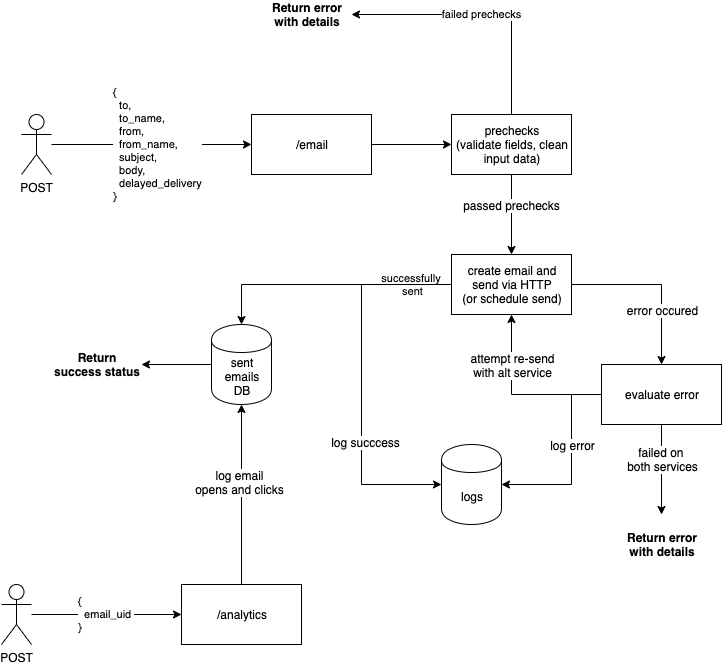
mrdavey/CommunicationsPlatformAPI keeps this draw.io diagram as flow.png. Above is the earlier version. Source tidied: cells renumbered, new cells last; positions are measured from the earlier drawing's top-left corner, leaving out a move shared by most shapes.
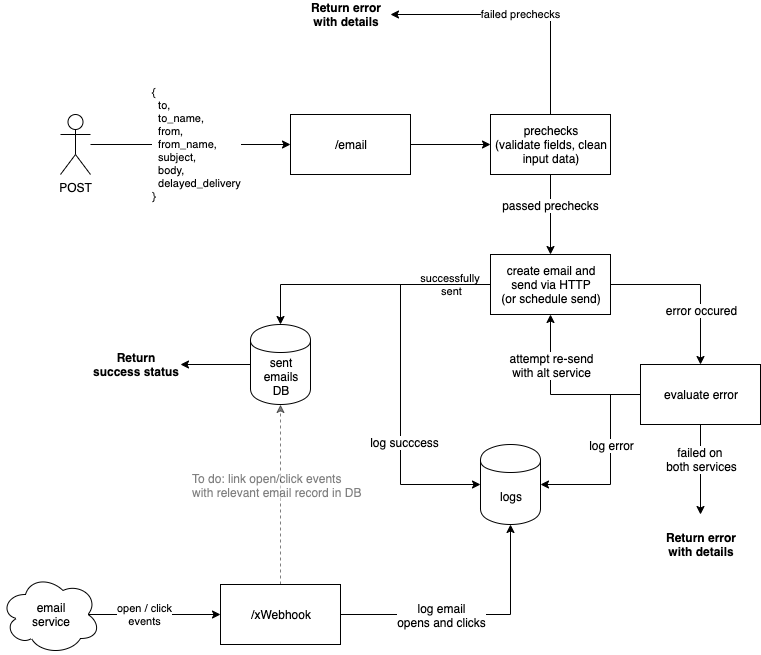
Above is the later version.

Diff of the diagram source:
```diff
@@ -104,25 +104,33 @@
     <mxCell id="27" value="sent emails&lt;br&gt;DB" style="shape=cylinder;whiteSpace=wrap;html=1;boundedLbl=1;backgroundOutline=1;" parent="1" vertex="1">
       <mxGeometry x="210" y="320" width="60" height="80" as="geometry" />
     </mxCell>
-    <mxCell id="28" value="POST" style="shape=umlActor;verticalLabelPosition=bottom;labelBackgroundColor=#ffffff;verticalAlign=top;html=1;" parent="1" vertex="1">
-      <mxGeometry y="580" width="30" height="60" as="geometry" />
-    </mxCell>
-    <mxCell id="29" value="{ &lt;br&gt;&amp;nbsp; email_uid&amp;nbsp;&lt;br&gt;}" style="endArrow=classic;html=1;entryX=0;entryY=0.5;entryDx=0;entryDy=0;align=left;" parent="1" edge="1" target="32">
-      <mxGeometry x="-0.4" relative="1" as="geometry">
-        <mxPoint x="30" y="610" as="sourcePoint" />
-      </mxGeometry>
+    <mxCell id="29" value="&lt;div style=&quot;text-align: center&quot;&gt;open / click&lt;/div&gt;&lt;div style=&quot;text-align: center&quot;&gt;events&lt;/div&gt;" style="endArrow=classic;html=1;entryX=0;entryY=0.5;entryDx=0;entryDy=0;align=left;exitX=0.875;exitY=0.5;exitDx=0;exitDy=0;exitPerimeter=0;" parent="1" edge="1" source="36" target="32">
+      <mxGeometry x="-0.6" relative="1" as="geometry" />
     </mxCell>
-    <mxCell id="30" style="edgeStyle=orthogonalEdgeStyle;rounded=0;jettySize=auto;html=1;" parent="1" edge="1" source="32" target="27">
+    <mxCell id="30" style="edgeStyle=orthogonalEdgeStyle;rounded=0;jettySize=auto;html=1;" parent="1" edge="1" source="32" target="25">
       <mxGeometry relative="1" as="geometry" />
     </mxCell>
     <mxCell id="31" value="log email&lt;br&gt;opens and clicks" style="text;html=1;align=center;verticalAlign=middle;labelBackgroundColor=#ffffff;" parent="30" vertex="1">
-      <mxGeometry x="0.15" y="3" relative="1" as="geometry" />
+      <mxGeometry x="0.15" y="3" relative="1" as="geometry">
+        <mxPoint x="-50" y="3" as="offset" />
+      </mxGeometry>
     </mxCell>
+    <mxCell id="34" style="edgeStyle=orthogonalEdgeStyle;rounded=0;jettySize=auto;html=1;entryX=0.5;entryY=1;entryDx=0;entryDy=0;dashed=1;opacity=50;" parent="1" edge="1" source="32" target="27">
+      <mxGeometry relative="1" as="geometry" />
+    </mxCell>
+    <mxCell id="35" value="To do: link open/click events&lt;br&gt;&lt;div&gt;with relevant email record in DB&lt;/div&gt;" style="text;html=1;align=left;verticalAlign=middle;labelBackgroundColor=#ffffff;textOpacity=50;" parent="34" vertex="1">
+      <mxGeometry x="-0.22" y="2" relative="1" as="geometry">
+        <mxPoint x="-88" y="-30" as="offset" />
+      </mxGeometry>
+    </mxCell>
-    <mxCell id="32" value="/analytics" style="rounded=0;whiteSpace=wrap;html=1;" parent="1" vertex="1">
+    <mxCell id="32" value="/xWebhook" style="rounded=0;whiteSpace=wrap;html=1;" parent="1" vertex="1">
       <mxGeometry x="180" y="580" width="120" height="60" as="geometry" />
     </mxCell>
     <mxCell id="33" value="Return error with details" style="text;html=1;strokeColor=none;fillColor=none;align=center;verticalAlign=middle;whiteSpace=wrap;rounded=0;fontStyle=1;" parent="1" vertex="1">
       <mxGeometry x="615" y="520" width="90" height="40" as="geometry" />
     </mxCell>
+    <mxCell id="36" value="email&lt;br&gt;service" style="ellipse;shape=cloud;whiteSpace=wrap;html=1;" parent="1" vertex="1">
+      <mxGeometry x="-40" y="570" width="100" height="80" as="geometry" />
+    </mxCell>
   </root>
 </mxGraphModel>
```
